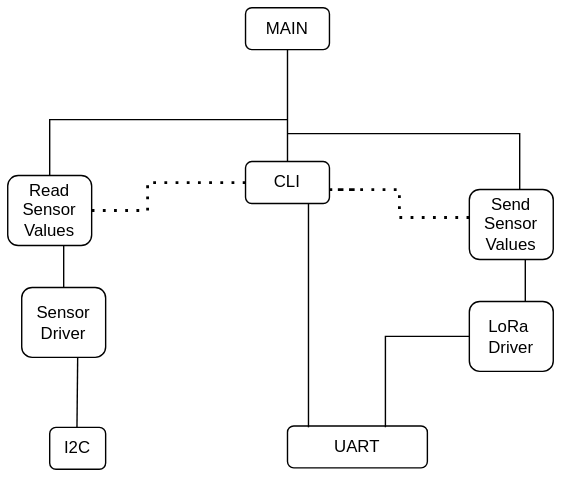
Above: week_6/img/hierarchyOfControlDiagram.drawio.svg in raynayx/OrangeStars (draw.io), before the change. Source tidied: cells renumbered, new cells last; positions are measured from the earlier drawing's top-left corner, leaving out a move shared by most shapes. Source of this version:
```xml
<mxGraphModel>
  <root>
    <mxCell id="0" />
    <mxCell id="1" parent="0" />
    <mxCell id="2" value="MAIN" style="rounded=1;whiteSpace=wrap;html=1;" parent="1" vertex="1">
      <mxGeometry x="170" width="60" height="30" as="geometry" />
    </mxCell>
    <mxCell id="3" value="CLI" style="rounded=1;whiteSpace=wrap;html=1;" parent="1" vertex="1">
      <mxGeometry x="170" y="110" width="60" height="30" as="geometry" />
    </mxCell>
    <mxCell id="4" value="UART" style="rounded=1;whiteSpace=wrap;html=1;" parent="1" vertex="1">
      <mxGeometry x="200" y="299" width="100" height="30" as="geometry" />
    </mxCell>
    <mxCell id="5" value="Read Sensor Values" style="rounded=1;whiteSpace=wrap;html=1;" parent="1" vertex="1">
      <mxGeometry y="120" width="60" height="50" as="geometry" />
    </mxCell>
    <mxCell id="6" value="Send Sensor Values" style="rounded=1;whiteSpace=wrap;html=1;" parent="1" vertex="1">
      <mxGeometry x="330" y="130" width="60" height="50" as="geometry" />
    </mxCell>
    <mxCell id="7" value="Sensor&lt;br&gt;Driver" style="rounded=1;whiteSpace=wrap;html=1;" parent="1" vertex="1">
      <mxGeometry x="10" y="200" width="60" height="50" as="geometry" />
    </mxCell>
    <mxCell id="8" value="LoRa&amp;nbsp;&lt;br&gt;Driver" style="rounded=1;whiteSpace=wrap;html=1;" parent="1" vertex="1">
      <mxGeometry x="330" y="210" width="60" height="50" as="geometry" />
    </mxCell>
    <mxCell id="9" value="I2C" style="rounded=1;whiteSpace=wrap;html=1;" parent="1" vertex="1">
      <mxGeometry x="30" y="300" width="40" height="30" as="geometry" />
    </mxCell>
    <mxCell id="10" style="endArrow=none;html=1;rounded=0;entryX=0.5;entryY=1;entryDx=0;entryDy=0;exitX=0.5;exitY=0;exitDx=0;exitDy=0;" parent="1" edge="1" source="3" target="2">
      <mxGeometry relative="1" as="geometry" />
    </mxCell>
    <mxCell id="11" style="endArrow=none;html=1;rounded=0;exitX=0.5;exitY=0;exitDx=0;exitDy=0;" parent="1" edge="1" source="5">
      <mxGeometry relative="1" as="geometry">
        <mxPoint x="200" y="80" as="targetPoint" />
        <Array as="points">
          <mxPoint x="30" y="80" />
        </Array>
      </mxGeometry>
    </mxCell>
    <mxCell id="12" style="endArrow=none;html=1;rounded=0;exitX=0.5;exitY=0;exitDx=0;exitDy=0;" parent="1" edge="1">
      <mxGeometry relative="1" as="geometry">
        <mxPoint x="366" y="130" as="sourcePoint" />
        <mxPoint x="200" y="90" as="targetPoint" />
        <Array as="points">
          <mxPoint x="366" y="90" />
        </Array>
      </mxGeometry>
    </mxCell>
    <mxCell id="13" style="endArrow=none;dashed=1;html=1;dashPattern=1 3;strokeWidth=2;rounded=0;exitX=1;exitY=0.5;exitDx=0;exitDy=0;entryX=0;entryY=0.5;entryDx=0;entryDy=0;" parent="1" edge="1" source="5" target="3">
      <mxGeometry relative="1" as="geometry">
        <Array as="points">
          <mxPoint x="100" y="145" />
          <mxPoint x="100" y="125" />
        </Array>
      </mxGeometry>
    </mxCell>
    <mxCell id="14" style="endArrow=none;dashed=1;html=1;dashPattern=1 3;strokeWidth=2;rounded=0;exitX=1;exitY=0.5;exitDx=0;exitDy=0;" parent="1" edge="1">
      <mxGeometry relative="1" as="geometry">
        <mxPoint x="330" y="150" as="sourcePoint" />
        <mxPoint x="250" y="130" as="targetPoint" />
        <Array as="points">
          <mxPoint x="280" y="150" />
          <mxPoint x="280" y="130" />
          <mxPoint x="250" y="130" />
          <mxPoint x="230" y="130" />
        </Array>
      </mxGeometry>
    </mxCell>
    <mxCell id="15" style="endArrow=none;html=1;rounded=0;entryX=0.75;entryY=1;entryDx=0;entryDy=0;" parent="1" edge="1" target="3">
      <mxGeometry relative="1" as="geometry">
        <mxPoint x="215" y="300" as="sourcePoint" />
      </mxGeometry>
    </mxCell>
    <mxCell id="16" style="endArrow=none;html=1;rounded=0;" parent="1" edge="1">
      <mxGeometry relative="1" as="geometry">
        <mxPoint x="49.5" y="300" as="sourcePoint" />
        <mxPoint x="50" y="250" as="targetPoint" />
      </mxGeometry>
    </mxCell>
    <mxCell id="17" style="endArrow=none;html=1;rounded=0;" parent="1" edge="1">
      <mxGeometry relative="1" as="geometry">
        <mxPoint x="370" y="210" as="sourcePoint" />
        <mxPoint x="370" y="180" as="targetPoint" />
      </mxGeometry>
    </mxCell>
    <mxCell id="18" style="endArrow=none;html=1;rounded=0;exitX=0.5;exitY=0;exitDx=0;exitDy=0;" parent="1" edge="1" source="7">
      <mxGeometry relative="1" as="geometry">
        <mxPoint x="40" y="170" as="targetPoint" />
      </mxGeometry>
    </mxCell>
    <mxCell id="19" style="endArrow=none;html=1;rounded=0;entryX=0;entryY=0.5;entryDx=0;entryDy=0;" parent="1" edge="1" target="8">
      <mxGeometry relative="1" as="geometry">
        <mxPoint x="270" y="300" as="sourcePoint" />
        <Array as="points">
          <mxPoint x="270" y="235" />
        </Array>
      </mxGeometry>
    </mxCell>
  </root>
</mxGraphModel>
```
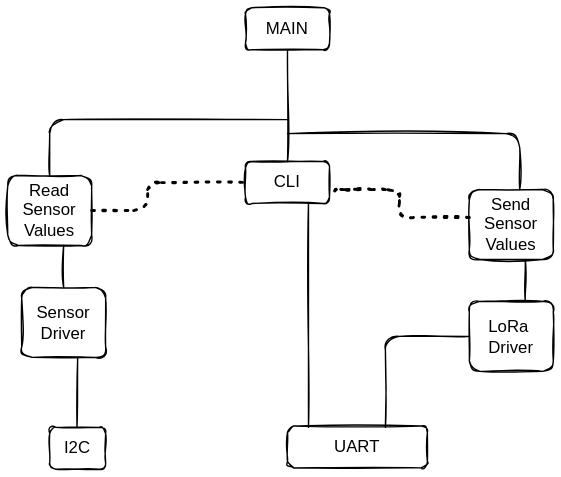
After the change.

The edit, as a diff of the source:
```diff
@@ -2,34 +2,34 @@
   <root>
     <mxCell id="0" />
     <mxCell id="1" parent="0" />
-    <mxCell id="2" value="MAIN" style="rounded=1;whiteSpace=wrap;html=1;" parent="1" vertex="1">
+    <mxCell id="2" value="MAIN" style="rounded=1;whiteSpace=wrap;html=1;sketch=1;" parent="1" vertex="1">
       <mxGeometry x="170" width="60" height="30" as="geometry" />
     </mxCell>
-    <mxCell id="3" value="CLI" style="rounded=1;whiteSpace=wrap;html=1;" parent="1" vertex="1">
+    <mxCell id="3" value="CLI" style="rounded=1;whiteSpace=wrap;html=1;sketch=1;" parent="1" vertex="1">
       <mxGeometry x="170" y="110" width="60" height="30" as="geometry" />
     </mxCell>
-    <mxCell id="4" value="UART" style="rounded=1;whiteSpace=wrap;html=1;" parent="1" vertex="1">
+    <mxCell id="4" value="UART" style="rounded=1;whiteSpace=wrap;html=1;sketch=1;" parent="1" vertex="1">
       <mxGeometry x="200" y="299" width="100" height="30" as="geometry" />
     </mxCell>
-    <mxCell id="5" value="Read Sensor Values" style="rounded=1;whiteSpace=wrap;html=1;" parent="1" vertex="1">
+    <mxCell id="5" value="Read Sensor Values" style="rounded=1;whiteSpace=wrap;html=1;sketch=1;" parent="1" vertex="1">
       <mxGeometry y="120" width="60" height="50" as="geometry" />
     </mxCell>
-    <mxCell id="6" value="Send Sensor Values" style="rounded=1;whiteSpace=wrap;html=1;" parent="1" vertex="1">
+    <mxCell id="6" value="Send Sensor Values" style="rounded=1;whiteSpace=wrap;html=1;sketch=1;" parent="1" vertex="1">
       <mxGeometry x="330" y="130" width="60" height="50" as="geometry" />
     </mxCell>
-    <mxCell id="7" value="Sensor&lt;br&gt;Driver" style="rounded=1;whiteSpace=wrap;html=1;" parent="1" vertex="1">
+    <mxCell id="7" value="Sensor&lt;br&gt;Driver" style="rounded=1;whiteSpace=wrap;html=1;sketch=1;" parent="1" vertex="1">
       <mxGeometry x="10" y="200" width="60" height="50" as="geometry" />
     </mxCell>
-    <mxCell id="8" value="LoRa&amp;nbsp;&lt;br&gt;Driver" style="rounded=1;whiteSpace=wrap;html=1;" parent="1" vertex="1">
+    <mxCell id="8" value="LoRa&amp;nbsp;&lt;br&gt;Driver" style="rounded=1;whiteSpace=wrap;html=1;sketch=1;" parent="1" vertex="1">
       <mxGeometry x="330" y="210" width="60" height="50" as="geometry" />
     </mxCell>
-    <mxCell id="9" value="I2C" style="rounded=1;whiteSpace=wrap;html=1;" parent="1" vertex="1">
+    <mxCell id="9" value="I2C" style="rounded=1;whiteSpace=wrap;html=1;sketch=1;" parent="1" vertex="1">
       <mxGeometry x="30" y="300" width="40" height="30" as="geometry" />
     </mxCell>
-    <mxCell id="10" style="endArrow=none;html=1;rounded=0;entryX=0.5;entryY=1;entryDx=0;entryDy=0;exitX=0.5;exitY=0;exitDx=0;exitDy=0;" parent="1" edge="1" source="3" target="2">
+    <mxCell id="10" style="endArrow=none;html=1;rounded=1;entryX=0.5;entryY=1;entryDx=0;entryDy=0;exitX=0.5;exitY=0;exitDx=0;exitDy=0;sketch=1;" parent="1" edge="1" source="3" target="2">
       <mxGeometry relative="1" as="geometry" />
     </mxCell>
-    <mxCell id="11" style="endArrow=none;html=1;rounded=0;exitX=0.5;exitY=0;exitDx=0;exitDy=0;" parent="1" edge="1" source="5">
+    <mxCell id="11" style="endArrow=none;html=1;rounded=1;exitX=0.5;exitY=0;exitDx=0;exitDy=0;sketch=1;" parent="1" edge="1" source="5">
       <mxGeometry relative="1" as="geometry">
         <mxPoint x="200" y="80" as="targetPoint" />
         <Array as="points">
@@ -37,7 +37,7 @@
         </Array>
       </mxGeometry>
     </mxCell>
-    <mxCell id="12" style="endArrow=none;html=1;rounded=0;exitX=0.5;exitY=0;exitDx=0;exitDy=0;" parent="1" edge="1">
+    <mxCell id="12" style="endArrow=none;html=1;rounded=1;exitX=0.5;exitY=0;exitDx=0;exitDy=0;sketch=1;" parent="1" edge="1">
       <mxGeometry relative="1" as="geometry">
         <mxPoint x="366" y="130" as="sourcePoint" />
         <mxPoint x="200" y="90" as="targetPoint" />
@@ -46,7 +46,7 @@
         </Array>
       </mxGeometry>
     </mxCell>
-    <mxCell id="13" style="endArrow=none;dashed=1;html=1;dashPattern=1 3;strokeWidth=2;rounded=0;exitX=1;exitY=0.5;exitDx=0;exitDy=0;entryX=0;entryY=0.5;entryDx=0;entryDy=0;" parent="1" edge="1" source="5" target="3">
+    <mxCell id="13" style="endArrow=none;dashed=1;html=1;dashPattern=1 3;strokeWidth=2;rounded=1;exitX=1;exitY=0.5;exitDx=0;exitDy=0;entryX=0;entryY=0.5;entryDx=0;entryDy=0;sketch=1;" parent="1" edge="1" source="5" target="3">
       <mxGeometry relative="1" as="geometry">
         <Array as="points">
           <mxPoint x="100" y="145" />
@@ -54,7 +54,7 @@
         </Array>
       </mxGeometry>
     </mxCell>
-    <mxCell id="14" style="endArrow=none;dashed=1;html=1;dashPattern=1 3;strokeWidth=2;rounded=0;exitX=1;exitY=0.5;exitDx=0;exitDy=0;" parent="1" edge="1">
+    <mxCell id="14" style="endArrow=none;dashed=1;html=1;dashPattern=1 3;strokeWidth=2;rounded=1;exitX=1;exitY=0.5;exitDx=0;exitDy=0;sketch=1;" parent="1" edge="1">
       <mxGeometry relative="1" as="geometry">
         <mxPoint x="330" y="150" as="sourcePoint" />
         <mxPoint x="250" y="130" as="targetPoint" />
@@ -66,29 +66,29 @@
         </Array>
       </mxGeometry>
     </mxCell>
-    <mxCell id="15" style="endArrow=none;html=1;rounded=0;entryX=0.75;entryY=1;entryDx=0;entryDy=0;" parent="1" edge="1" target="3">
+    <mxCell id="15" style="endArrow=none;html=1;rounded=1;entryX=0.75;entryY=1;entryDx=0;entryDy=0;sketch=1;" parent="1" edge="1" target="3">
       <mxGeometry relative="1" as="geometry">
         <mxPoint x="215" y="300" as="sourcePoint" />
       </mxGeometry>
     </mxCell>
-    <mxCell id="16" style="endArrow=none;html=1;rounded=0;" parent="1" edge="1">
+    <mxCell id="16" style="endArrow=none;html=1;rounded=1;sketch=1;" parent="1" edge="1">
       <mxGeometry relative="1" as="geometry">
         <mxPoint x="49.5" y="300" as="sourcePoint" />
         <mxPoint x="50" y="250" as="targetPoint" />
       </mxGeometry>
     </mxCell>
-    <mxCell id="17" style="endArrow=none;html=1;rounded=0;" parent="1" edge="1">
+    <mxCell id="17" style="endArrow=none;html=1;rounded=1;sketch=1;" parent="1" edge="1">
       <mxGeometry relative="1" as="geometry">
         <mxPoint x="370" y="210" as="sourcePoint" />
         <mxPoint x="370" y="180" as="targetPoint" />
       </mxGeometry>
     </mxCell>
-    <mxCell id="18" style="endArrow=none;html=1;rounded=0;exitX=0.5;exitY=0;exitDx=0;exitDy=0;" parent="1" edge="1" source="7">
+    <mxCell id="18" style="endArrow=none;html=1;rounded=1;exitX=0.5;exitY=0;exitDx=0;exitDy=0;sketch=1;" parent="1" edge="1" source="7">
       <mxGeometry relative="1" as="geometry">
         <mxPoint x="40" y="170" as="targetPoint" />
       </mxGeometry>
     </mxCell>
-    <mxCell id="19" style="endArrow=none;html=1;rounded=0;entryX=0;entryY=0.5;entryDx=0;entryDy=0;" parent="1" edge="1" target="8">
+    <mxCell id="19" style="endArrow=none;html=1;rounded=1;entryX=0;entryY=0.5;entryDx=0;entryDy=0;sketch=1;" parent="1" edge="1" target="8">
       <mxGeometry relative="1" as="geometry">
         <mxPoint x="270" y="300" as="sourcePoint" />
         <Array as="points">
```
